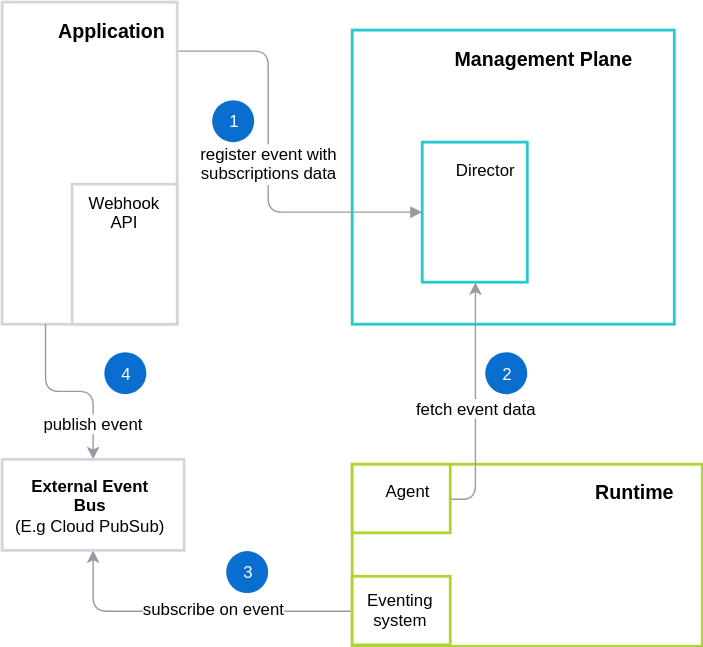
The draw.io diagram docs/architecture/assets/external-event-flow.svg in kyma-incubator/compass, before a commit. Source tidied: cells renumbered, new cells last; positions are measured from the earlier drawing's top-left corner, leaving out a move shared by most shapes.
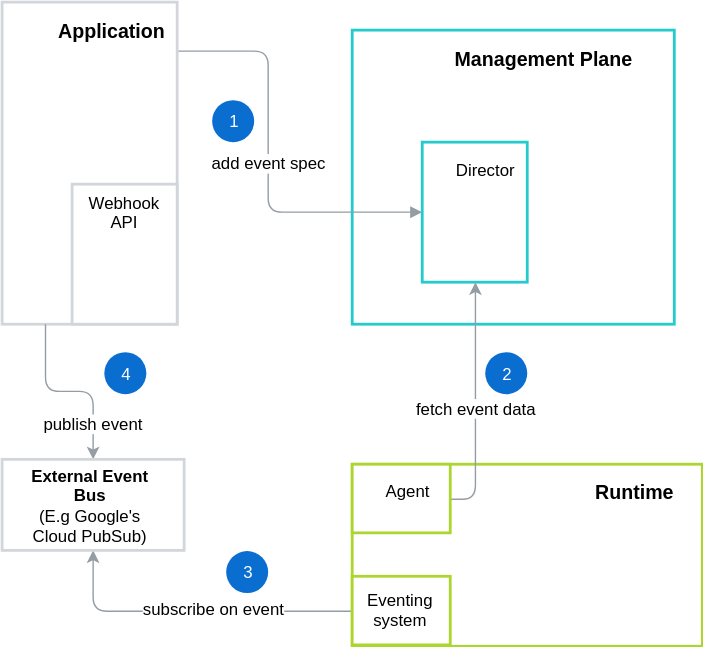
The same file after the commit.

What changed in the source:
```diff
@@ -14,7 +14,7 @@
     <mxCell id="5" value="&amp;nbsp;Runtime&lt;br style=&quot;font-size: 14px;&quot;&gt;" style="text;html=1;strokeColor=none;fillColor=none;align=center;verticalAlign=middle;whiteSpace=wrap;rounded=0;fontStyle=1;fontSize=14;" parent="1" vertex="1">
       <mxGeometry x="412.5" y="339" width="74" height="20" as="geometry" />
     </mxCell>
-    <mxCell id="6" value="register event with&lt;br&gt;subscriptions data&lt;br&gt;" style="edgeStyle=orthogonalEdgeStyle;rounded=1;jettySize=auto;html=1;exitX=1;exitY=0.152;exitDx=0;exitDy=0;startArrow=none;startFill=0;endArrow=block;endFill=1;strokeColor=#959CA4;fontSize=12;exitPerimeter=0;entryX=0;entryY=0.5;entryDx=0;entryDy=0;" parent="1" edge="1" source="7" target="16">
+    <mxCell id="6" value="add event spec&lt;br&gt;" style="edgeStyle=orthogonalEdgeStyle;rounded=1;jettySize=auto;html=1;exitX=1;exitY=0.152;exitDx=0;exitDy=0;startArrow=none;startFill=0;endArrow=block;endFill=1;strokeColor=#959CA4;fontSize=12;exitPerimeter=0;entryX=0;entryY=0.5;entryDx=0;entryDy=0;" parent="1" edge="1" source="7" target="16">
       <mxGeometry relative="1" as="geometry">
         <Array as="points">
           <mxPoint x="190" y="35" />
@@ -60,7 +60,7 @@
     <mxCell id="18" value="&lt;span&gt;Eventing system&lt;/span&gt;" style="rounded=0;whiteSpace=wrap;html=1;strokeColor=#ACD62F;strokeWidth=2;horizontal=1;" parent="1" vertex="1">
       <mxGeometry x="250" y="410" width="70" height="49" as="geometry" />
     </mxCell>
-    <mxCell id="19" value="External Event Bus&lt;br&gt;&lt;span style=&quot;font-weight: normal&quot;&gt;(E.g Cloud PubSub)&lt;/span&gt;&lt;br&gt;" style="text;html=1;strokeColor=none;fillColor=none;align=center;verticalAlign=middle;whiteSpace=wrap;rounded=0;fontStyle=1;" parent="1" vertex="1">
+    <mxCell id="19" value="External Event Bus&lt;br&gt;&lt;span style=&quot;font-weight: normal&quot;&gt;(E.g Google's &lt;br&gt;Cloud PubSub)&lt;/span&gt;&lt;br&gt;" style="text;html=1;strokeColor=none;fillColor=none;align=center;verticalAlign=middle;whiteSpace=wrap;rounded=0;fontStyle=1;" parent="1" vertex="1">
       <mxGeometry x="7.5" y="339" width="110" height="39" as="geometry" />
     </mxCell>
     <mxCell id="20" value="&lt;font style=&quot;font-size: 12px&quot;&gt;fetch event data&lt;/font&gt;&lt;br&gt;" style="edgeStyle=orthogonalEdgeStyle;rounded=1;jettySize=auto;html=1;exitX=1;exitY=0.5;exitDx=0;exitDy=0;strokeColor=#959CA4;" parent="1" edge="1" source="21" target="16">
```
